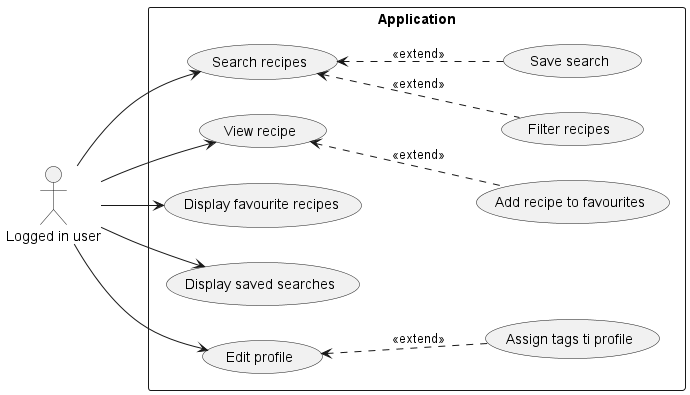
Earlier version of the PlantUML export media/LoggedInUserUseCases.png (kambed/FoodzillaArchitecture).
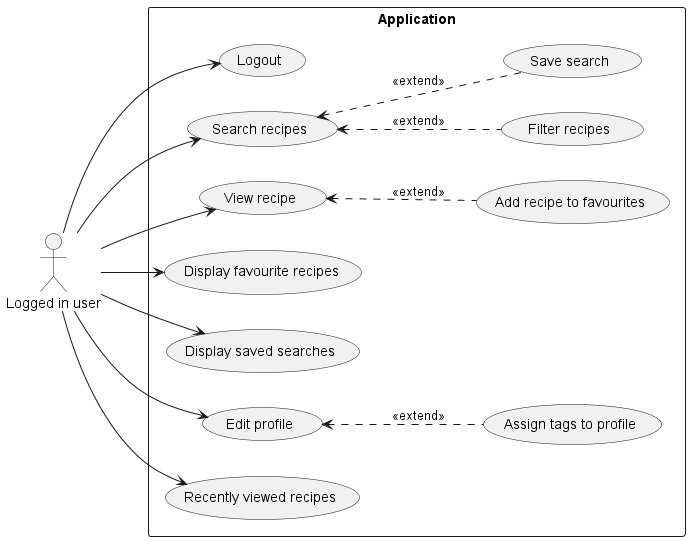
The same file after the commit.

Commit message:
#3 Add recently viewed functionality

Change to the diagram source:
```diff
@@ -4,6 +4,8 @@
 actor "Logged in user" AS loggedUser
 
 rectangle Application {
+    usecase "Logout" as logout
+
     usecase "Search recipes" as search
     usecase "Filter recipes" as filter
     usecase "View recipe" as view
@@ -15,7 +17,9 @@
     usecase "Save search" as saveSearch
 
     usecase "Edit profile" as editProfile
-    usecase "Assign tags ti profile" as assignTags
+    usecase "Assign tags to profile" as assignTags
+
+    usecase "Recently viewed recipes" as recentlyViewed
 
     search <.. filter: <<extend>>
     view <.. addFavourite: <<extend>>
@@ -23,10 +27,11 @@
 
     editProfile <.. assignTags: <<extend>>
 }
-
+loggedUser --> logout
 loggedUser --> search
 loggedUser --> view
 loggedUser --> favourite
 loggedUser --> savedSearches
 loggedUser --> editProfile
+loggedUser --> recentlyViewed
 @enduml
```
